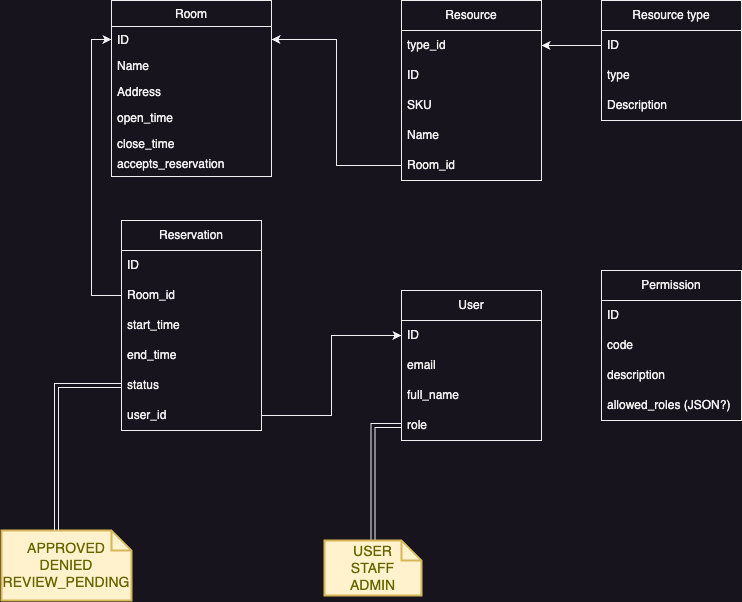
Earlier version of the draw.io export docs/room-reservation-service-Models.drawio.png (acastror26/cf-micro-campus). Source tidied: cells renumbered, new cells last; positions are measured from the earlier drawing's top-left corner, leaving out a move shared by most shapes. Its diagram source:
```xml
<mxGraphModel>
  <root>
    <mxCell id="0" />
    <mxCell id="1" parent="0" />
    <mxCell id="2" value="Room" style="swimlane;fontStyle=0;align=center;verticalAlign=top;horizontal=1;startSize=26;rounded=0;shadow=0;strokeWidth=1;" parent="1" vertex="1">
      <mxGeometry x="110" width="160" height="176" as="geometry" />
    </mxCell>
    <mxCell id="3" value="ID" style="text;align=left;verticalAlign=top;spacingLeft=4;spacingRight=4;overflow=hidden;points=[[0,0.5],[1,0.5]];portConstraint=eastwest;" parent="2" vertex="1">
      <mxGeometry y="26" width="160" height="26" as="geometry" />
    </mxCell>
    <mxCell id="4" value="Name" style="text;align=left;verticalAlign=top;spacingLeft=4;spacingRight=4;overflow=hidden;rounded=0;shadow=0;html=0;" parent="2" vertex="1">
      <mxGeometry y="52" width="160" height="26" as="geometry" />
    </mxCell>
    <mxCell id="5" value="Address" style="text;align=left;verticalAlign=top;spacingLeft=4;spacingRight=4;overflow=hidden;rounded=0;shadow=0;html=0;" parent="2" vertex="1">
      <mxGeometry y="78" width="160" height="26" as="geometry" />
    </mxCell>
    <mxCell id="6" value="open_time" style="text;align=left;verticalAlign=top;spacingLeft=4;spacingRight=4;overflow=hidden;rounded=0;shadow=0;html=0;" parent="2" vertex="1">
      <mxGeometry y="104" width="160" height="26" as="geometry" />
    </mxCell>
    <mxCell id="7" value="close_time" style="text;align=left;verticalAlign=top;spacingLeft=4;spacingRight=4;overflow=hidden;rounded=0;shadow=0;html=0;" parent="2" vertex="1">
      <mxGeometry y="130" width="160" height="20" as="geometry" />
    </mxCell>
    <mxCell id="8" value="accepts_reservation" style="text;align=left;verticalAlign=top;spacingLeft=4;spacingRight=4;overflow=hidden;rounded=0;shadow=0;html=0;" parent="2" vertex="1">
      <mxGeometry y="150" width="160" height="26" as="geometry" />
    </mxCell>
    <mxCell id="9" value="Resource" style="swimlane;fontStyle=0;horizontal=1;startSize=30;whiteSpace=wrap;html=1;" parent="1" vertex="1">
      <mxGeometry x="400" width="140" height="180" as="geometry" />
    </mxCell>
    <mxCell id="10" value="type_id" style="text;strokeColor=none;fillColor=none;align=left;verticalAlign=middle;spacingLeft=4;spacingRight=4;overflow=hidden;points=[[0,0.5],[1,0.5]];portConstraint=eastwest;whiteSpace=wrap;html=1;" parent="9" vertex="1">
      <mxGeometry y="30" width="140" height="30" as="geometry" />
    </mxCell>
    <mxCell id="11" value="ID" style="text;strokeColor=none;fillColor=none;align=left;verticalAlign=middle;spacingLeft=4;spacingRight=4;overflow=hidden;whiteSpace=wrap;html=1;" parent="9" vertex="1">
      <mxGeometry y="60" width="140" height="30" as="geometry" />
    </mxCell>
    <mxCell id="12" value="SKU" style="text;strokeColor=none;fillColor=none;align=left;verticalAlign=middle;spacingLeft=4;spacingRight=4;overflow=hidden;whiteSpace=wrap;html=1;" parent="9" vertex="1">
      <mxGeometry y="90" width="140" height="30" as="geometry" />
    </mxCell>
    <mxCell id="13" value="Name" style="text;strokeColor=none;fillColor=none;align=left;verticalAlign=middle;spacingLeft=4;spacingRight=4;overflow=hidden;whiteSpace=wrap;html=1;" parent="9" vertex="1">
      <mxGeometry y="120" width="140" height="30" as="geometry" />
    </mxCell>
    <mxCell id="14" value="Room_id" style="text;strokeColor=none;fillColor=none;align=left;verticalAlign=middle;spacingLeft=4;spacingRight=4;overflow=hidden;points=[[0,0.5],[1,0.5]];portConstraint=eastwest;whiteSpace=wrap;html=1;" parent="9" vertex="1">
      <mxGeometry y="150" width="140" height="30" as="geometry" />
    </mxCell>
    <mxCell id="15" style="edgeStyle=orthogonalEdgeStyle;rounded=0;jettySize=auto;html=1;exitX=0;exitY=0.5;exitDx=0;exitDy=0;entryX=1;entryY=0.5;entryDx=0;entryDy=0;" parent="1" edge="1" source="14" target="3">
      <mxGeometry relative="1" as="geometry" />
    </mxCell>
    <mxCell id="16" value="Reservation" style="swimlane;fontStyle=0;horizontal=1;startSize=30;whiteSpace=wrap;html=1;" parent="1" vertex="1">
      <mxGeometry x="120" y="220" width="140" height="210" as="geometry" />
    </mxCell>
    <mxCell id="17" value="ID" style="text;strokeColor=none;fillColor=none;align=left;verticalAlign=middle;spacingLeft=4;spacingRight=4;overflow=hidden;whiteSpace=wrap;html=1;" parent="16" vertex="1">
      <mxGeometry y="30" width="140" height="30" as="geometry" />
    </mxCell>
    <mxCell id="18" value="Room_id" style="text;strokeColor=none;fillColor=none;align=left;verticalAlign=middle;spacingLeft=4;spacingRight=4;overflow=hidden;points=[[0,0.5],[1,0.5]];portConstraint=eastwest;whiteSpace=wrap;html=1;" parent="16" vertex="1">
      <mxGeometry y="60" width="140" height="30" as="geometry" />
    </mxCell>
    <mxCell id="19" value="start_time" style="text;strokeColor=none;fillColor=none;align=left;verticalAlign=middle;spacingLeft=4;spacingRight=4;overflow=hidden;whiteSpace=wrap;html=1;" parent="16" vertex="1">
      <mxGeometry y="90" width="140" height="30" as="geometry" />
    </mxCell>
    <mxCell id="20" value="end_time" style="text;strokeColor=none;fillColor=none;align=left;verticalAlign=middle;spacingLeft=4;spacingRight=4;overflow=hidden;whiteSpace=wrap;html=1;" parent="16" vertex="1">
      <mxGeometry y="120" width="140" height="30" as="geometry" />
    </mxCell>
    <mxCell id="21" value="status" style="text;strokeColor=none;fillColor=none;align=left;verticalAlign=middle;spacingLeft=4;spacingRight=4;overflow=hidden;points=[[0,0.5],[1,0.5]];portConstraint=eastwest;whiteSpace=wrap;html=1;" parent="16" vertex="1">
      <mxGeometry y="150" width="140" height="30" as="geometry" />
    </mxCell>
    <mxCell id="22" value="user_id" style="text;strokeColor=none;fillColor=none;align=left;verticalAlign=middle;spacingLeft=4;spacingRight=4;overflow=hidden;points=[[0,0.5],[1,0.5]];portConstraint=eastwest;whiteSpace=wrap;html=1;" parent="16" vertex="1">
      <mxGeometry y="180" width="140" height="30" as="geometry" />
    </mxCell>
    <mxCell id="23" style="edgeStyle=orthogonalEdgeStyle;rounded=0;jettySize=auto;html=1;entryX=0;entryY=0.5;entryDx=0;entryDy=0;" parent="1" edge="1" source="18" target="3">
      <mxGeometry relative="1" as="geometry" />
    </mxCell>
    <mxCell id="24" value="User" style="swimlane;fontStyle=0;horizontal=1;startSize=30;whiteSpace=wrap;html=1;" parent="1" vertex="1">
      <mxGeometry x="400" y="290" width="140" height="150" as="geometry" />
    </mxCell>
    <mxCell id="25" value="ID" style="text;strokeColor=none;fillColor=none;align=left;verticalAlign=middle;spacingLeft=4;spacingRight=4;overflow=hidden;points=[[0,0.5],[1,0.5]];portConstraint=eastwest;whiteSpace=wrap;html=1;" parent="24" vertex="1">
      <mxGeometry y="30" width="140" height="30" as="geometry" />
    </mxCell>
    <mxCell id="26" value="email" style="text;strokeColor=none;fillColor=none;align=left;verticalAlign=middle;spacingLeft=4;spacingRight=4;overflow=hidden;whiteSpace=wrap;html=1;" parent="24" vertex="1">
      <mxGeometry y="60" width="140" height="30" as="geometry" />
    </mxCell>
    <mxCell id="27" value="full_name" style="text;strokeColor=none;fillColor=none;align=left;verticalAlign=middle;spacingLeft=4;spacingRight=4;overflow=hidden;whiteSpace=wrap;html=1;" parent="24" vertex="1">
      <mxGeometry y="90" width="140" height="30" as="geometry" />
    </mxCell>
    <mxCell id="28" value="role" style="text;strokeColor=none;fillColor=none;align=left;verticalAlign=middle;spacingLeft=4;spacingRight=4;overflow=hidden;points=[[0,0.5],[1,0.5]];portConstraint=eastwest;whiteSpace=wrap;html=1;" parent="24" vertex="1">
      <mxGeometry y="120" width="140" height="30" as="geometry" />
    </mxCell>
    <mxCell id="29" style="edgeStyle=orthogonalEdgeStyle;rounded=0;jettySize=auto;html=1;exitX=1;exitY=0.5;exitDx=0;exitDy=0;entryX=0;entryY=0.5;entryDx=0;entryDy=0;" parent="1" edge="1" source="22" target="25">
      <mxGeometry relative="1" as="geometry" />
    </mxCell>
    <mxCell id="30" value="Permission" style="swimlane;fontStyle=0;horizontal=1;startSize=30;whiteSpace=wrap;html=1;" parent="1" vertex="1">
      <mxGeometry x="600" y="270" width="140" height="150" as="geometry" />
    </mxCell>
    <mxCell id="31" value="ID" style="text;strokeColor=none;fillColor=none;align=left;verticalAlign=middle;spacingLeft=4;spacingRight=4;overflow=hidden;points=[[0,0.5],[1,0.5]];portConstraint=eastwest;whiteSpace=wrap;html=1;" parent="30" vertex="1">
      <mxGeometry y="30" width="140" height="30" as="geometry" />
    </mxCell>
    <mxCell id="32" value="code" style="text;strokeColor=none;fillColor=none;align=left;verticalAlign=middle;spacingLeft=4;spacingRight=4;overflow=hidden;whiteSpace=wrap;html=1;" parent="30" vertex="1">
      <mxGeometry y="60" width="140" height="30" as="geometry" />
    </mxCell>
    <mxCell id="33" value="description" style="text;strokeColor=none;fillColor=none;align=left;verticalAlign=middle;spacingLeft=4;spacingRight=4;overflow=hidden;whiteSpace=wrap;html=1;" parent="30" vertex="1">
      <mxGeometry y="90" width="140" height="30" as="geometry" />
    </mxCell>
    <mxCell id="34" value="allowed_roles (JSON?)" style="text;strokeColor=none;fillColor=none;align=left;verticalAlign=middle;spacingLeft=4;spacingRight=4;overflow=hidden;whiteSpace=wrap;html=1;" parent="30" vertex="1">
      <mxGeometry y="120" width="140" height="30" as="geometry" />
    </mxCell>
    <mxCell id="35" value="APPROVED&lt;div&gt;DENIED&lt;/div&gt;&lt;div&gt;REVIEW_PENDING&lt;/div&gt;" style="shape=note;strokeWidth=2;fontSize=14;size=20;whiteSpace=wrap;html=1;fillColor=#fff2cc;strokeColor=#d6b656;fontColor=#666600;" parent="1" vertex="1">
      <mxGeometry y="530" width="130" height="70" as="geometry" />
    </mxCell>
    <mxCell id="36" style="edgeStyle=orthogonalEdgeStyle;rounded=0;jettySize=auto;html=1;entryX=0;entryY=0;entryDx=55;entryDy=0;entryPerimeter=0;shape=link;" parent="1" edge="1" source="21" target="35">
      <mxGeometry relative="1" as="geometry" />
    </mxCell>
    <mxCell id="37" style="edgeStyle=orthogonalEdgeStyle;rounded=0;jettySize=auto;html=1;exitX=0.5;exitY=0;exitDx=0;exitDy=0;exitPerimeter=0;entryX=0;entryY=0.5;entryDx=0;entryDy=0;shape=link;" parent="1" edge="1" source="38" target="28">
      <mxGeometry relative="1" as="geometry" />
    </mxCell>
    <mxCell id="38" value="USER&lt;div&gt;STAFF&lt;/div&gt;&lt;div&gt;ADMIN&lt;/div&gt;" style="shape=note;strokeWidth=2;fontSize=14;size=20;whiteSpace=wrap;html=1;fillColor=#fff2cc;strokeColor=#d6b656;fontColor=#666600;" parent="1" vertex="1">
      <mxGeometry x="323" y="540" width="97" height="55" as="geometry" />
    </mxCell>
    <mxCell id="39" value="Resource type" style="swimlane;fontStyle=0;horizontal=1;startSize=30;whiteSpace=wrap;html=1;" parent="1" vertex="1">
      <mxGeometry x="600" width="140" height="120" as="geometry" />
    </mxCell>
    <mxCell id="40" value="ID" style="text;strokeColor=none;fillColor=none;align=left;verticalAlign=middle;spacingLeft=4;spacingRight=4;overflow=hidden;points=[[0,0.5],[1,0.5]];portConstraint=eastwest;whiteSpace=wrap;html=1;" parent="39" vertex="1">
      <mxGeometry y="30" width="140" height="30" as="geometry" />
    </mxCell>
    <mxCell id="41" value="type" style="text;strokeColor=none;fillColor=none;align=left;verticalAlign=middle;spacingLeft=4;spacingRight=4;overflow=hidden;whiteSpace=wrap;html=1;" parent="39" vertex="1">
      <mxGeometry y="60" width="140" height="30" as="geometry" />
    </mxCell>
    <mxCell id="42" value="Description" style="text;strokeColor=none;fillColor=none;align=left;verticalAlign=middle;spacingLeft=4;spacingRight=4;overflow=hidden;whiteSpace=wrap;html=1;" parent="39" vertex="1">
      <mxGeometry y="90" width="140" height="30" as="geometry" />
    </mxCell>
    <mxCell id="43" style="edgeStyle=orthogonalEdgeStyle;rounded=0;jettySize=auto;html=1;" parent="1" edge="1" source="40" target="10">
      <mxGeometry relative="1" as="geometry" />
    </mxCell>
  </root>
</mxGraphModel>
```
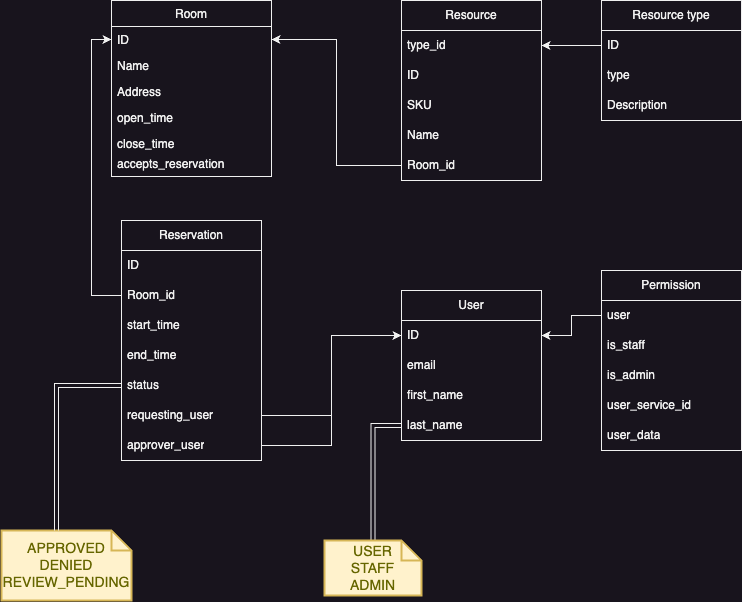
Later version of the same file.

Commit message:
Added the right files in docs (they were not updated in the last commit)

Diff of the diagram source:
```diff
@@ -45,7 +45,7 @@
       <mxGeometry relative="1" as="geometry" />
     </mxCell>
     <mxCell id="16" value="Reservation" style="swimlane;fontStyle=0;horizontal=1;startSize=30;whiteSpace=wrap;html=1;" parent="1" vertex="1">
-      <mxGeometry x="120" y="220" width="140" height="210" as="geometry" />
+      <mxGeometry x="120" y="220" width="140" height="240" as="geometry" />
     </mxCell>
     <mxCell id="17" value="ID" style="text;strokeColor=none;fillColor=none;align=left;verticalAlign=middle;spacingLeft=4;spacingRight=4;overflow=hidden;whiteSpace=wrap;html=1;" parent="16" vertex="1">
       <mxGeometry y="30" width="140" height="30" as="geometry" />
@@ -62,9 +62,12 @@
     <mxCell id="21" value="status" style="text;strokeColor=none;fillColor=none;align=left;verticalAlign=middle;spacingLeft=4;spacingRight=4;overflow=hidden;points=[[0,0.5],[1,0.5]];portConstraint=eastwest;whiteSpace=wrap;html=1;" parent="16" vertex="1">
       <mxGeometry y="150" width="140" height="30" as="geometry" />
     </mxCell>
-    <mxCell id="22" value="user_id" style="text;strokeColor=none;fillColor=none;align=left;verticalAlign=middle;spacingLeft=4;spacingRight=4;overflow=hidden;points=[[0,0.5],[1,0.5]];portConstraint=eastwest;whiteSpace=wrap;html=1;" parent="16" vertex="1">
+    <mxCell id="22" value="requesting_user" style="text;strokeColor=none;fillColor=none;align=left;verticalAlign=middle;spacingLeft=4;spacingRight=4;overflow=hidden;points=[[0,0.5],[1,0.5]];portConstraint=eastwest;whiteSpace=wrap;html=1;" parent="16" vertex="1">
       <mxGeometry y="180" width="140" height="30" as="geometry" />
     </mxCell>
+    <mxCell id="44" value="approver_user" style="text;strokeColor=none;fillColor=none;align=left;verticalAlign=middle;spacingLeft=4;spacingRight=4;overflow=hidden;points=[[0,0.5],[1,0.5]];portConstraint=eastwest;whiteSpace=wrap;html=1;" parent="16" vertex="1">
+      <mxGeometry y="210" width="140" height="30" as="geometry" />
+    </mxCell>
     <mxCell id="23" style="edgeStyle=orthogonalEdgeStyle;rounded=0;jettySize=auto;html=1;entryX=0;entryY=0.5;entryDx=0;entryDy=0;" parent="1" edge="1" source="18" target="3">
       <mxGeometry relative="1" as="geometry" />
     </mxCell>
@@ -77,30 +80,33 @@
     <mxCell id="26" value="email" style="text;strokeColor=none;fillColor=none;align=left;verticalAlign=middle;spacingLeft=4;spacingRight=4;overflow=hidden;whiteSpace=wrap;html=1;" parent="24" vertex="1">
       <mxGeometry y="60" width="140" height="30" as="geometry" />
     </mxCell>
-    <mxCell id="27" value="full_name" style="text;strokeColor=none;fillColor=none;align=left;verticalAlign=middle;spacingLeft=4;spacingRight=4;overflow=hidden;whiteSpace=wrap;html=1;" parent="24" vertex="1">
+    <mxCell id="27" value="first_name" style="text;strokeColor=none;fillColor=none;align=left;verticalAlign=middle;spacingLeft=4;spacingRight=4;overflow=hidden;whiteSpace=wrap;html=1;" parent="24" vertex="1">
       <mxGeometry y="90" width="140" height="30" as="geometry" />
     </mxCell>
-    <mxCell id="28" value="role" style="text;strokeColor=none;fillColor=none;align=left;verticalAlign=middle;spacingLeft=4;spacingRight=4;overflow=hidden;points=[[0,0.5],[1,0.5]];portConstraint=eastwest;whiteSpace=wrap;html=1;" parent="24" vertex="1">
+    <mxCell id="28" value="last_name" style="text;strokeColor=none;fillColor=none;align=left;verticalAlign=middle;spacingLeft=4;spacingRight=4;overflow=hidden;points=[[0,0.5],[1,0.5]];portConstraint=eastwest;whiteSpace=wrap;html=1;" parent="24" vertex="1">
       <mxGeometry y="120" width="140" height="30" as="geometry" />
     </mxCell>
     <mxCell id="29" style="edgeStyle=orthogonalEdgeStyle;rounded=0;jettySize=auto;html=1;exitX=1;exitY=0.5;exitDx=0;exitDy=0;entryX=0;entryY=0.5;entryDx=0;entryDy=0;" parent="1" edge="1" source="22" target="25">
       <mxGeometry relative="1" as="geometry" />
     </mxCell>
     <mxCell id="30" value="Permission" style="swimlane;fontStyle=0;horizontal=1;startSize=30;whiteSpace=wrap;html=1;" parent="1" vertex="1">
-      <mxGeometry x="600" y="270" width="140" height="150" as="geometry" />
+      <mxGeometry x="600" y="270" width="140" height="180" as="geometry" />
     </mxCell>
-    <mxCell id="31" value="ID" style="text;strokeColor=none;fillColor=none;align=left;verticalAlign=middle;spacingLeft=4;spacingRight=4;overflow=hidden;points=[[0,0.5],[1,0.5]];portConstraint=eastwest;whiteSpace=wrap;html=1;" parent="30" vertex="1">
+    <mxCell id="31" value="user" style="text;strokeColor=none;fillColor=none;align=left;verticalAlign=middle;spacingLeft=4;spacingRight=4;overflow=hidden;points=[[0,0.5],[1,0.5]];portConstraint=eastwest;whiteSpace=wrap;html=1;" parent="30" vertex="1">
       <mxGeometry y="30" width="140" height="30" as="geometry" />
     </mxCell>
-    <mxCell id="32" value="code" style="text;strokeColor=none;fillColor=none;align=left;verticalAlign=middle;spacingLeft=4;spacingRight=4;overflow=hidden;whiteSpace=wrap;html=1;" parent="30" vertex="1">
+    <mxCell id="32" value="is_staff" style="text;strokeColor=none;fillColor=none;align=left;verticalAlign=middle;spacingLeft=4;spacingRight=4;overflow=hidden;whiteSpace=wrap;html=1;" parent="30" vertex="1">
       <mxGeometry y="60" width="140" height="30" as="geometry" />
     </mxCell>
-    <mxCell id="33" value="description" style="text;strokeColor=none;fillColor=none;align=left;verticalAlign=middle;spacingLeft=4;spacingRight=4;overflow=hidden;whiteSpace=wrap;html=1;" parent="30" vertex="1">
+    <mxCell id="33" value="is_admin" style="text;strokeColor=none;fillColor=none;align=left;verticalAlign=middle;spacingLeft=4;spacingRight=4;overflow=hidden;whiteSpace=wrap;html=1;" parent="30" vertex="1">
       <mxGeometry y="90" width="140" height="30" as="geometry" />
     </mxCell>
-    <mxCell id="34" value="allowed_roles (JSON?)" style="text;strokeColor=none;fillColor=none;align=left;verticalAlign=middle;spacingLeft=4;spacingRight=4;overflow=hidden;whiteSpace=wrap;html=1;" parent="30" vertex="1">
+    <mxCell id="34" value="user_service_id" style="text;strokeColor=none;fillColor=none;align=left;verticalAlign=middle;spacingLeft=4;spacingRight=4;overflow=hidden;whiteSpace=wrap;html=1;" parent="30" vertex="1">
       <mxGeometry y="120" width="140" height="30" as="geometry" />
     </mxCell>
+    <mxCell id="45" value="user_data" style="text;strokeColor=none;fillColor=none;align=left;verticalAlign=middle;spacingLeft=4;spacingRight=4;overflow=hidden;whiteSpace=wrap;html=1;" parent="30" vertex="1">
+      <mxGeometry y="150" width="140" height="30" as="geometry" />
+    </mxCell>
     <mxCell id="35" value="APPROVED&lt;div&gt;DENIED&lt;/div&gt;&lt;div&gt;REVIEW_PENDING&lt;/div&gt;" style="shape=note;strokeWidth=2;fontSize=14;size=20;whiteSpace=wrap;html=1;fillColor=#fff2cc;strokeColor=#d6b656;fontColor=#666600;" parent="1" vertex="1">
       <mxGeometry y="530" width="130" height="70" as="geometry" />
     </mxCell>
@@ -128,5 +134,11 @@
     <mxCell id="43" style="edgeStyle=orthogonalEdgeStyle;rounded=0;jettySize=auto;html=1;" parent="1" edge="1" source="40" target="10">
       <mxGeometry relative="1" as="geometry" />
     </mxCell>
+    <mxCell id="46" style="edgeStyle=orthogonalEdgeStyle;rounded=0;jettySize=auto;html=1;exitX=0;exitY=0.5;exitDx=0;exitDy=0;entryX=1;entryY=0.5;entryDx=0;entryDy=0;" parent="1" edge="1" source="31" target="25">
+      <mxGeometry relative="1" as="geometry" />
+    </mxCell>
+    <mxCell id="47" style="edgeStyle=orthogonalEdgeStyle;rounded=0;jettySize=auto;html=1;exitX=1;exitY=0.5;exitDx=0;exitDy=0;entryX=0;entryY=0.5;entryDx=0;entryDy=0;" parent="1" edge="1" source="44" target="25">
+      <mxGeometry relative="1" as="geometry" />
+    </mxCell>
   </root>
 </mxGraphModel>
```
